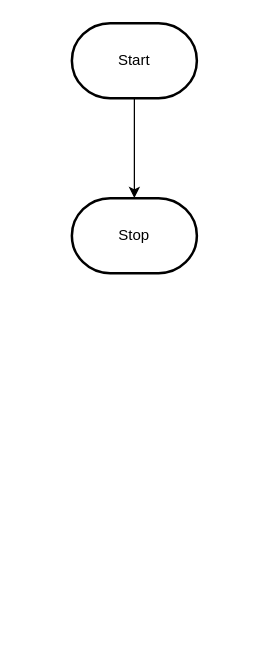
MTHS-ICS2O-2-2022/ICS2O-Unit-3-02-Mohamad-Tanbari keeps this draw.io diagram as design/flowchart.drawio. Above is the earlier version. Source tidied: cells renumbered, new cells numbered last; positions are measured from the earlier drawing's top-left corner, leaving out a move shared by most shapes. Both pictures are drawn from the tidied source at 125%, with x=0, y=0 at pixel (71, 22).
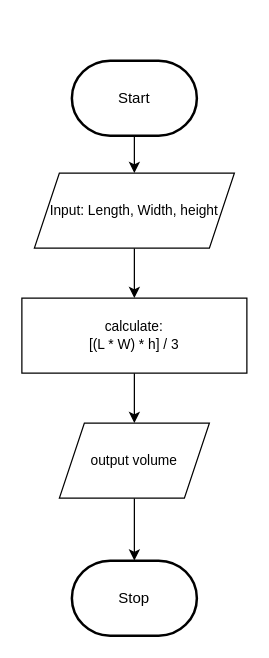
The same page after the edit.

What changed in the source:
```diff
@@
 <mxGraphModel>
   <root>
     <mxCell id="0" />
     <mxCell id="1" parent="0" />
-    <mxCell id="2" style="edgeStyle=orthogonalEdgeStyle;html=1;rounded=0;" parent="1" edge="1" source="3" target="4">
+    <mxCell id="2" style="edgeStyle=orthogonalEdgeStyle;html=1;rounded=0;entryX=0.5;entryY=0;entryDx=0;entryDy=0;" parent="1" edge="1" source="3" target="6">
       <mxGeometry relative="1" as="geometry" />
     </mxCell>
     <mxCell id="3" value="Start" style="strokeWidth=2;html=1;shape=mxgraph.flowchart.terminator;whiteSpace=wrap;" parent="1" vertex="1">
-      <mxGeometry width="100" height="60" as="geometry" />
+      <mxGeometry y="30" width="100" height="60" as="geometry" />
     </mxCell>
     <mxCell id="4" value="Stop" style="strokeWidth=2;html=1;shape=mxgraph.flowchart.terminator;whiteSpace=wrap;" parent="1" vertex="1">
-      <mxGeometry y="140" width="100" height="60" as="geometry" />
+      <mxGeometry y="430" width="100" height="60" as="geometry" />
     </mxCell>
+    <mxCell id="5" style="edgeStyle=orthogonalEdgeStyle;shape=connector;rounded=0;html=1;labelBackgroundColor=default;strokeColor=default;fontFamily=Helvetica;fontSize=11;fontColor=default;endArrow=classic;" parent="1" edge="1" source="6">
+      <mxGeometry relative="1" as="geometry">
+        <mxPoint x="50" y="220" as="targetPoint" />
+      </mxGeometry>
+    </mxCell>
+    <mxCell id="6" value="Input: Length, Width, height" style="shape=parallelogram;perimeter=parallelogramPerimeter;whiteSpace=wrap;html=1;fixedSize=1;fontFamily=Helvetica;fontSize=11;fontColor=default;" parent="1" vertex="1">
+      <mxGeometry x="-30" y="120" width="160" height="60" as="geometry" />
+    </mxCell>
+    <mxCell id="7" style="edgeStyle=orthogonalEdgeStyle;shape=connector;rounded=0;html=1;labelBackgroundColor=default;strokeColor=default;fontFamily=Helvetica;fontSize=11;fontColor=default;endArrow=classic;" parent="1" edge="1" source="8">
+      <mxGeometry relative="1" as="geometry">
+        <mxPoint x="50" y="320" as="targetPoint" />
+      </mxGeometry>
+    </mxCell>
+    <mxCell id="8" value="calculate:&lt;br&gt;[(L * W) * h] / 3" style="rounded=0;whiteSpace=wrap;html=1;fontFamily=Helvetica;fontSize=11;fontColor=default;" parent="1" vertex="1">
+      <mxGeometry x="-40" y="220" width="180" height="60" as="geometry" />
+    </mxCell>
+    <mxCell id="9" style="edgeStyle=orthogonalEdgeStyle;shape=connector;rounded=0;html=1;entryX=0.5;entryY=0;entryDx=0;entryDy=0;entryPerimeter=0;labelBackgroundColor=default;strokeColor=default;fontFamily=Helvetica;fontSize=11;fontColor=default;endArrow=classic;" parent="1" edge="1" source="10" target="4">
+      <mxGeometry relative="1" as="geometry" />
+    </mxCell>
+    <mxCell id="10" value="output volume" style="shape=parallelogram;perimeter=parallelogramPerimeter;whiteSpace=wrap;html=1;fixedSize=1;fontFamily=Helvetica;fontSize=11;fontColor=default;" parent="1" vertex="1">
+      <mxGeometry x="-10" y="320" width="120" height="60" as="geometry" />
+    </mxCell>
   </root>
 </mxGraphModel>
```
